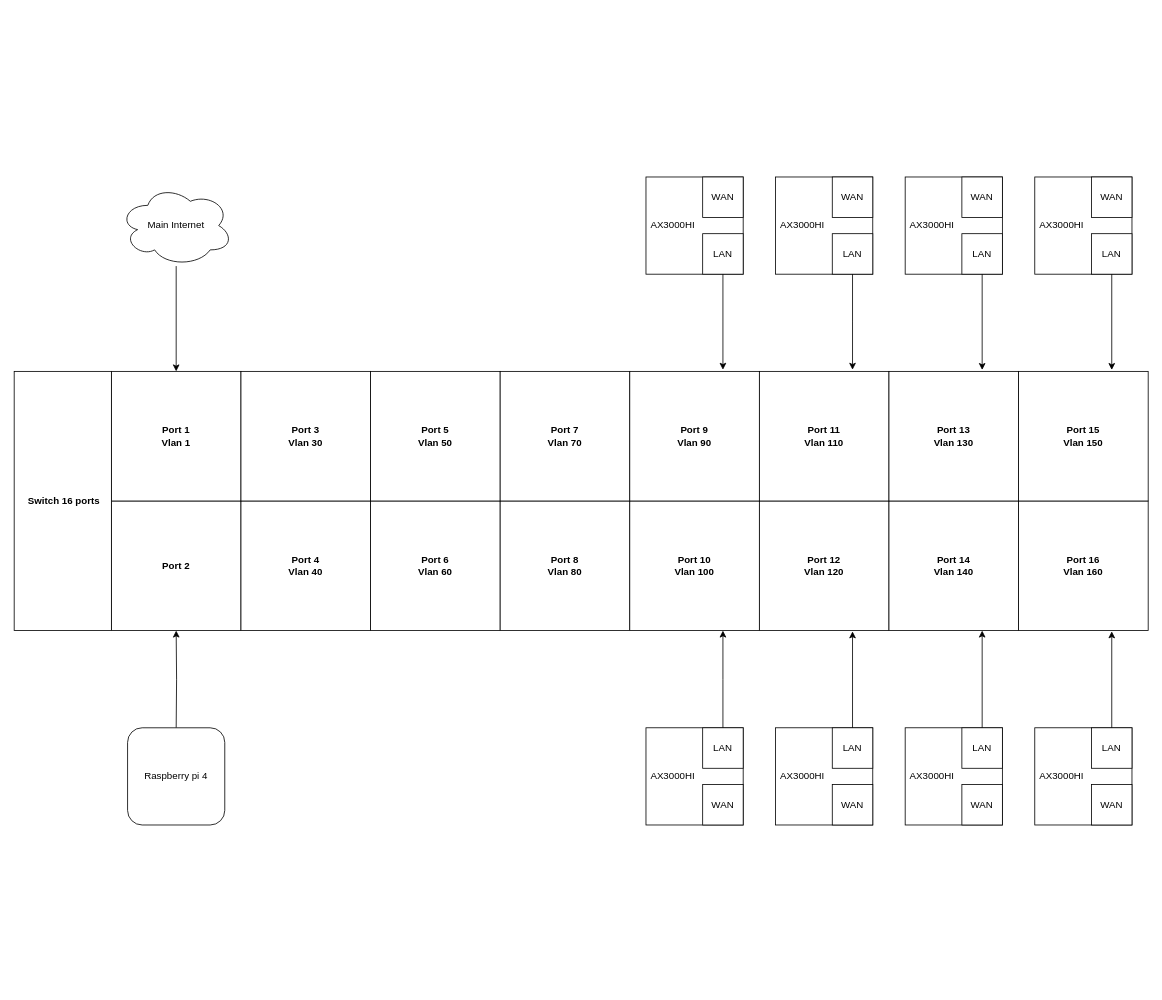
This is Untitled Diagram.drawio from nicky1305/pi_project, a draw.io file, before an edit. Source tidied: cells renumbered, new cells numbered last; positions are measured from the earlier drawing's top-left corner, leaving out a move shared by most shapes. Both pictures are drawn from the tidied source at 81%, with x=0, y=0 at pixel (14, 177).
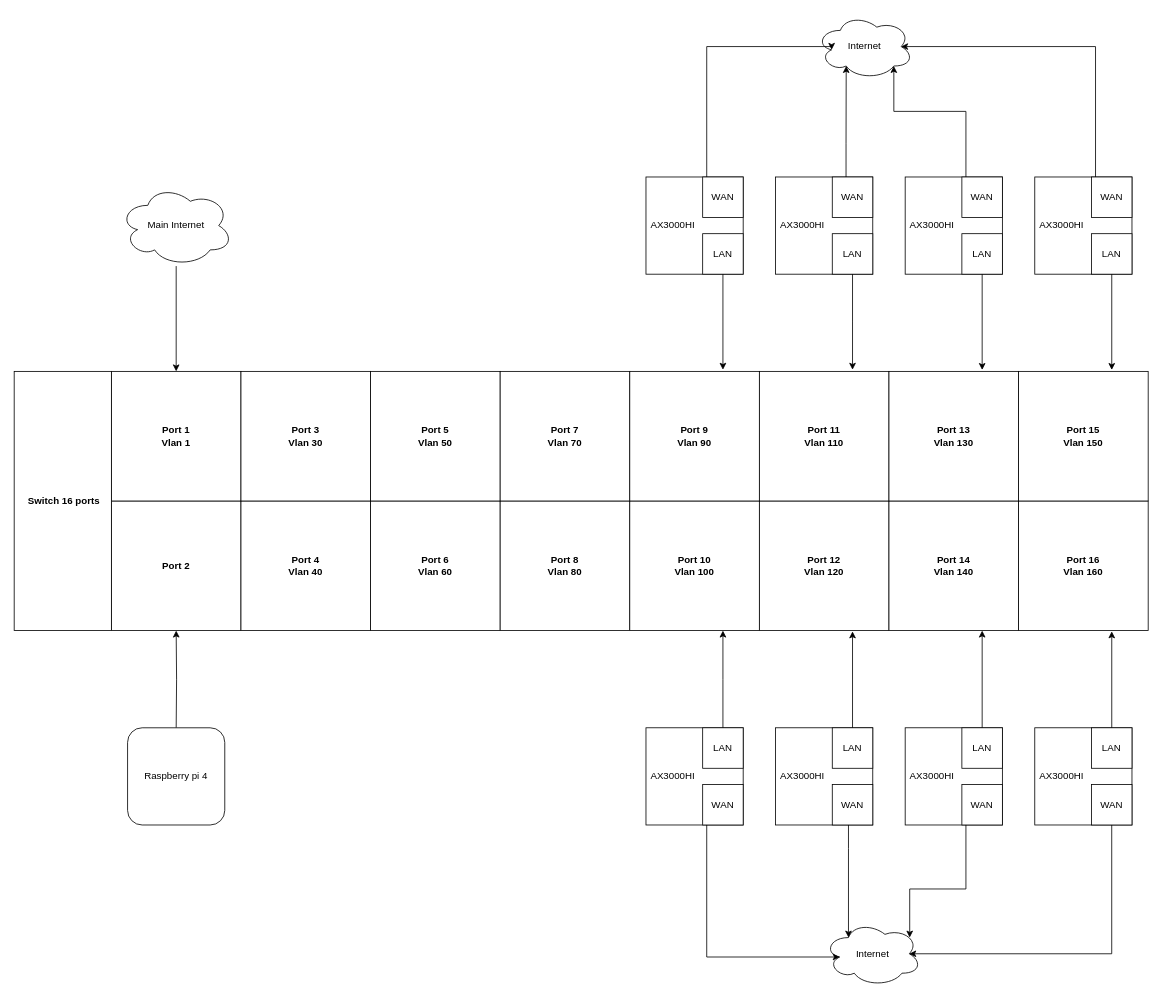
The same diagram, later.

Unchanged cells that the change refers to:
```xml
<mxCell id="24" value="WAN" style="whiteSpace=wrap;html=1;" parent="22" vertex="1">
  <mxGeometry x="70" width="50" height="50" as="geometry" />
</mxCell>
<mxCell id="28" value="WAN" style="whiteSpace=wrap;html=1;" parent="26" vertex="1">
  <mxGeometry x="70" width="50" height="50" as="geometry" />
</mxCell>
<mxCell id="37" value="WAN" style="whiteSpace=wrap;html=1;" parent="33" vertex="1">
  <mxGeometry x="70" y="70" width="50" height="50" as="geometry" />
</mxCell>
<mxCell id="42" value="WAN" style="whiteSpace=wrap;html=1;" parent="38" vertex="1">
  <mxGeometry x="70" y="70" width="50" height="50" as="geometry" />
</mxCell>
<mxCell id="47" value="WAN" style="whiteSpace=wrap;html=1;" parent="45" vertex="1">
  <mxGeometry x="70" width="50" height="50" as="geometry" />
</mxCell>
<mxCell id="51" value="WAN" style="whiteSpace=wrap;html=1;" parent="49" vertex="1">
  <mxGeometry x="70" width="50" height="50" as="geometry" />
</mxCell>
<mxCell id="60" value="WAN" style="whiteSpace=wrap;html=1;" parent="56" vertex="1">
  <mxGeometry x="70" y="70" width="50" height="50" as="geometry" />
</mxCell>
<mxCell id="65" value="WAN" style="whiteSpace=wrap;html=1;" parent="61" vertex="1">
  <mxGeometry x="70" y="70" width="50" height="50" as="geometry" />
</mxCell>
```

Change to the diagram source:
```diff
@@
+    <mxCell id="69" value="Internet" style="ellipse;shape=cloud;whiteSpace=wrap;html=1;" parent="1" vertex="1">
+      <mxGeometry x="990" y="-201" width="120" height="80" as="geometry" />
+    </mxCell>
+    <mxCell id="70" style="edgeStyle=orthogonalEdgeStyle;rounded=0;jettySize=auto;html=1;entryX=0.16;entryY=0.55;entryDx=0;entryDy=0;entryPerimeter=0;" parent="1" edge="1" source="47" target="69">
+      <mxGeometry relative="1" as="geometry">
+        <Array as="points">
+          <mxPoint x="855" y="-161" />
+          <mxPoint x="1009" y="-161" />
+        </Array>
+      </mxGeometry>
+    </mxCell>
+    <mxCell id="71" style="edgeStyle=orthogonalEdgeStyle;rounded=0;jettySize=auto;html=1;entryX=0.31;entryY=0.8;entryDx=0;entryDy=0;entryPerimeter=0;" parent="1" edge="1" source="51" target="69">
+      <mxGeometry relative="1" as="geometry">
+        <Array as="points">
+          <mxPoint x="1027" y="-41" />
+          <mxPoint x="1027" y="-41" />
+        </Array>
+      </mxGeometry>
+    </mxCell>
+    <mxCell id="72" style="edgeStyle=orthogonalEdgeStyle;rounded=0;jettySize=auto;html=1;entryX=0.8;entryY=0.8;entryDx=0;entryDy=0;entryPerimeter=0;" parent="1" edge="1" source="24" target="69">
+      <mxGeometry relative="1" as="geometry">
+        <Array as="points">
+          <mxPoint x="1175" y="-81" />
+          <mxPoint x="1086" y="-81" />
+        </Array>
+      </mxGeometry>
+    </mxCell>
+    <mxCell id="73" style="edgeStyle=orthogonalEdgeStyle;rounded=0;jettySize=auto;html=1;entryX=0.875;entryY=0.5;entryDx=0;entryDy=0;entryPerimeter=0;" parent="1" edge="1" source="28" target="69">
+      <mxGeometry relative="1" as="geometry">
+        <Array as="points">
+          <mxPoint x="1335" y="-161" />
+        </Array>
+      </mxGeometry>
+    </mxCell>
+    <mxCell id="74" value="Internet" style="ellipse;shape=cloud;whiteSpace=wrap;html=1;" parent="1" vertex="1">
+      <mxGeometry x="1000" y="919" width="120" height="80" as="geometry" />
+    </mxCell>
+    <mxCell id="75" style="edgeStyle=orthogonalEdgeStyle;rounded=0;jettySize=auto;html=1;entryX=0.16;entryY=0.55;entryDx=0;entryDy=0;entryPerimeter=0;" parent="1" edge="1" source="60" target="74">
+      <mxGeometry relative="1" as="geometry">
+        <Array as="points">
+          <mxPoint x="855" y="963" />
+        </Array>
+      </mxGeometry>
+    </mxCell>
+    <mxCell id="76" style="edgeStyle=orthogonalEdgeStyle;rounded=0;jettySize=auto;html=1;entryX=0.25;entryY=0.25;entryDx=0;entryDy=0;entryPerimeter=0;" parent="1" edge="1" source="65" target="74">
+      <mxGeometry relative="1" as="geometry">
+        <Array as="points">
+          <mxPoint x="1030" y="829" />
+          <mxPoint x="1030" y="829" />
+        </Array>
+      </mxGeometry>
+    </mxCell>
+    <mxCell id="77" style="edgeStyle=orthogonalEdgeStyle;rounded=0;jettySize=auto;html=1;entryX=0.88;entryY=0.25;entryDx=0;entryDy=0;entryPerimeter=0;" parent="1" edge="1" source="37" target="74">
+      <mxGeometry relative="1" as="geometry">
+        <Array as="points">
+          <mxPoint x="1175" y="879" />
+          <mxPoint x="1106" y="879" />
+        </Array>
+      </mxGeometry>
+    </mxCell>
+    <mxCell id="78" style="edgeStyle=orthogonalEdgeStyle;rounded=0;jettySize=auto;html=1;entryX=0.875;entryY=0.5;entryDx=0;entryDy=0;entryPerimeter=0;" parent="1" edge="1" source="42" target="74">
+      <mxGeometry relative="1" as="geometry">
+        <Array as="points">
+          <mxPoint x="1355" y="959" />
+        </Array>
+      </mxGeometry>
+    </mxCell>
```
